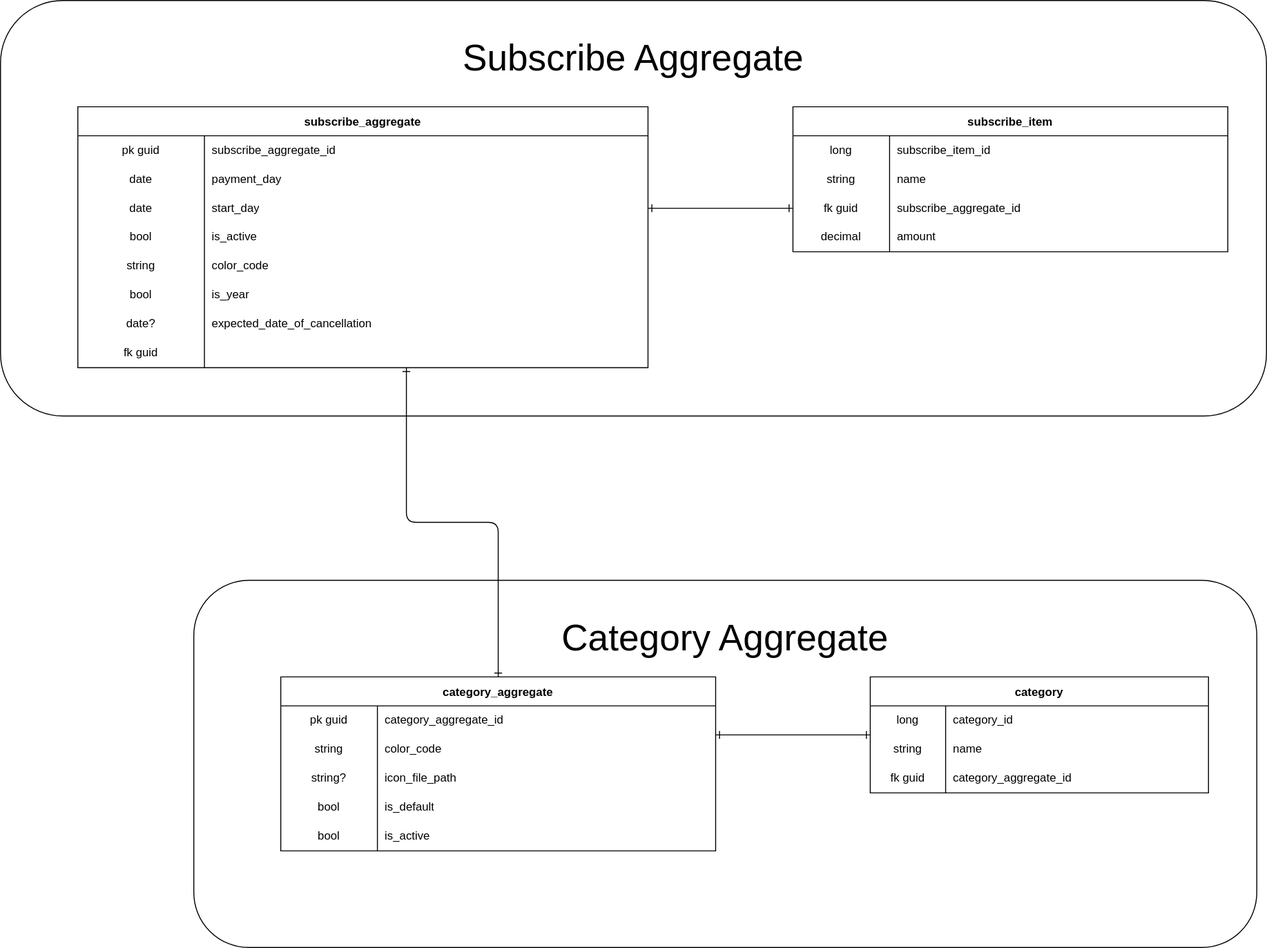
This is doc/ER.drawio.svg from Nahaq789/cs-subscribe-api, a draw.io export, as it was before one commit. Source tidied: cells renumbered, new cells last; positions are measured from the earlier drawing's top-left corner, leaving out a move shared by most shapes. The source it was exported from:
```xml
<mxGraphModel>
  <root>
    <mxCell id="0" />
    <mxCell id="1" parent="0" />
    <mxCell id="2" style="rounded=1;whiteSpace=wrap;html=1;fillColor=none;" parent="1" vertex="1">
      <mxGeometry width="1310" height="430" as="geometry" />
    </mxCell>
    <mxCell id="3" style="rounded=1;whiteSpace=wrap;html=1;fillColor=none;" parent="1" vertex="1">
      <mxGeometry x="200" y="600" width="1100" height="380" as="geometry" />
    </mxCell>
    <mxCell id="4" value="subscribe_aggregate" style="shape=table;startSize=30;rowLines=0;fontStyle=1;" parent="1" vertex="1">
      <mxGeometry x="80" y="110" width="590" height="270" as="geometry" />
    </mxCell>
    <mxCell id="5" style="shape=tableRow;horizontal=0;startSize=0;swimlaneHead=0;swimlaneBody=0;top=0;left=0;bottom=0;right=0;fillColor=none;" parent="4" vertex="1">
      <mxGeometry y="30" width="590" height="30" as="geometry" />
    </mxCell>
    <mxCell id="6" value="pk guid" style="shape=partialRectangle;html=1;whiteSpace=wrap;fillColor=none;top=0;left=0;bottom=0;right=0;overflow=hidden;" parent="5" vertex="1">
      <mxGeometry width="131" height="30" as="geometry" />
    </mxCell>
    <mxCell id="7" value="subscribe_aggregate_id" style="shape=partialRectangle;html=1;whiteSpace=wrap;fillColor=none;top=0;left=0;bottom=0;right=0;align=left;spacingLeft=6;overflow=hidden;" parent="5" vertex="1">
      <mxGeometry x="131" width="459" height="30" as="geometry" />
    </mxCell>
    <mxCell id="8" style="shape=tableRow;horizontal=0;startSize=0;swimlaneHead=0;swimlaneBody=0;top=0;left=0;bottom=0;right=0;fillColor=none;" parent="4" vertex="1">
      <mxGeometry y="60" width="590" height="30" as="geometry" />
    </mxCell>
    <mxCell id="9" value="date" style="shape=partialRectangle;html=1;whiteSpace=wrap;fillColor=none;top=0;left=0;bottom=0;right=0;overflow=hidden;" parent="8" vertex="1">
      <mxGeometry width="131" height="30" as="geometry" />
    </mxCell>
    <mxCell id="10" value="payment_day" style="shape=partialRectangle;html=1;whiteSpace=wrap;fillColor=none;top=0;left=0;bottom=0;right=0;align=left;spacingLeft=6;overflow=hidden;" parent="8" vertex="1">
      <mxGeometry x="131" width="459" height="30" as="geometry" />
    </mxCell>
    <mxCell id="11" style="shape=tableRow;horizontal=0;startSize=0;swimlaneHead=0;swimlaneBody=0;top=0;left=0;bottom=0;right=0;fillColor=none;points=[[0,0.5],[1,0.5]];portConstraint=eastwest;" parent="4" vertex="1">
      <mxGeometry y="90" width="590" height="30" as="geometry" />
    </mxCell>
    <mxCell id="12" value="date" style="shape=partialRectangle;html=1;whiteSpace=wrap;fillColor=none;top=0;left=0;bottom=0;right=0;overflow=hidden;" parent="11" vertex="1">
      <mxGeometry width="131" height="30" as="geometry" />
    </mxCell>
    <mxCell id="13" value="start_day" style="shape=partialRectangle;html=1;whiteSpace=wrap;fillColor=none;top=0;left=0;bottom=0;right=0;align=left;spacingLeft=6;overflow=hidden;" parent="11" vertex="1">
      <mxGeometry x="131" width="459" height="30" as="geometry" />
    </mxCell>
    <mxCell id="14" style="shape=tableRow;horizontal=0;startSize=0;swimlaneHead=0;swimlaneBody=0;top=0;left=0;bottom=0;right=0;fillColor=none;" parent="4" vertex="1">
      <mxGeometry y="120" width="590" height="30" as="geometry" />
    </mxCell>
    <mxCell id="15" value="bool" style="shape=partialRectangle;html=1;whiteSpace=wrap;fillColor=none;top=0;left=0;bottom=0;right=0;overflow=hidden;" parent="14" vertex="1">
      <mxGeometry width="131" height="30" as="geometry" />
    </mxCell>
    <mxCell id="16" value="is_active" style="shape=partialRectangle;html=1;whiteSpace=wrap;fillColor=none;top=0;left=0;bottom=0;right=0;align=left;spacingLeft=6;overflow=hidden;" parent="14" vertex="1">
      <mxGeometry x="131" width="459" height="30" as="geometry" />
    </mxCell>
    <mxCell id="17" style="shape=tableRow;horizontal=0;startSize=0;swimlaneHead=0;swimlaneBody=0;top=0;left=0;bottom=0;right=0;fillColor=none;" parent="4" vertex="1">
      <mxGeometry y="150" width="590" height="30" as="geometry" />
    </mxCell>
    <mxCell id="18" value="string" style="shape=partialRectangle;html=1;whiteSpace=wrap;fillColor=none;top=0;left=0;bottom=0;right=0;overflow=hidden;" parent="17" vertex="1">
      <mxGeometry width="131" height="30" as="geometry" />
    </mxCell>
    <mxCell id="19" value="color_code" style="shape=partialRectangle;html=1;whiteSpace=wrap;fillColor=none;top=0;left=0;bottom=0;right=0;align=left;spacingLeft=6;overflow=hidden;" parent="17" vertex="1">
      <mxGeometry x="131" width="459" height="30" as="geometry" />
    </mxCell>
    <mxCell id="20" style="shape=tableRow;horizontal=0;startSize=0;swimlaneHead=0;swimlaneBody=0;top=0;left=0;bottom=0;right=0;fillColor=none;" parent="4" vertex="1">
      <mxGeometry y="180" width="590" height="30" as="geometry" />
    </mxCell>
    <mxCell id="21" value="bool" style="shape=partialRectangle;html=1;whiteSpace=wrap;fillColor=none;top=0;left=0;bottom=0;right=0;overflow=hidden;" parent="20" vertex="1">
      <mxGeometry width="131" height="30" as="geometry" />
    </mxCell>
    <mxCell id="22" value="is_year" style="shape=partialRectangle;html=1;whiteSpace=wrap;fillColor=none;top=0;left=0;bottom=0;right=0;align=left;spacingLeft=6;overflow=hidden;" parent="20" vertex="1">
      <mxGeometry x="131" width="459" height="30" as="geometry" />
    </mxCell>
    <mxCell id="23" style="shape=tableRow;horizontal=0;startSize=0;swimlaneHead=0;swimlaneBody=0;top=0;left=0;bottom=0;right=0;fillColor=none;" parent="4" vertex="1">
      <mxGeometry y="210" width="590" height="30" as="geometry" />
    </mxCell>
    <mxCell id="24" value="date?" style="shape=partialRectangle;html=1;whiteSpace=wrap;fillColor=none;top=0;left=0;bottom=0;right=0;overflow=hidden;" parent="23" vertex="1">
      <mxGeometry width="131" height="30" as="geometry" />
    </mxCell>
    <mxCell id="25" value="expected_date_of_cancellation" style="shape=partialRectangle;html=1;whiteSpace=wrap;fillColor=none;top=0;left=0;bottom=0;right=0;align=left;spacingLeft=6;overflow=hidden;" parent="23" vertex="1">
      <mxGeometry x="131" width="459" height="30" as="geometry" />
    </mxCell>
    <mxCell id="26" style="shape=tableRow;horizontal=0;startSize=0;swimlaneHead=0;swimlaneBody=0;top=0;left=0;bottom=0;right=0;fillColor=none;" parent="4" vertex="1">
      <mxGeometry y="240" width="590" height="30" as="geometry" />
    </mxCell>
    <mxCell id="27" value="fk guid" style="shape=partialRectangle;html=1;whiteSpace=wrap;fillColor=none;top=0;left=0;bottom=0;right=0;overflow=hidden;" parent="26" vertex="1">
      <mxGeometry width="131" height="30" as="geometry" />
    </mxCell>
    <mxCell id="28" style="shape=partialRectangle;html=1;whiteSpace=wrap;fillColor=none;top=0;left=0;bottom=0;right=0;align=left;spacingLeft=6;overflow=hidden;" parent="26" vertex="1">
      <mxGeometry x="131" width="459" height="30" as="geometry" />
    </mxCell>
    <mxCell id="29" style="edgeStyle=none;html=1;entryX=1;entryY=0.5;entryDx=0;entryDy=0;endArrow=ERone;endFill=0;startArrow=ERone;startFill=0;exitX=0;exitY=0.5;exitDx=0;exitDy=0;" parent="1" edge="1" source="37" target="11">
      <mxGeometry relative="1" as="geometry" />
    </mxCell>
    <mxCell id="30" value="subscribe_item" style="shape=table;startSize=30;rowLines=0;fontStyle=1;" parent="1" vertex="1">
      <mxGeometry x="820" y="110" width="450" height="150" as="geometry" />
    </mxCell>
    <mxCell id="31" style="shape=tableRow;horizontal=0;startSize=0;swimlaneHead=0;swimlaneBody=0;top=0;left=0;bottom=0;right=0;fillColor=none;" parent="30" vertex="1">
      <mxGeometry y="30" width="450" height="30" as="geometry" />
    </mxCell>
    <mxCell id="32" value="long" style="shape=partialRectangle;html=1;whiteSpace=wrap;fillColor=none;top=0;left=0;bottom=0;right=0;overflow=hidden;" parent="31" vertex="1">
      <mxGeometry width="100" height="30" as="geometry" />
    </mxCell>
    <mxCell id="33" value="subscribe_item_id" style="shape=partialRectangle;html=1;whiteSpace=wrap;fillColor=none;top=0;left=0;bottom=0;right=0;align=left;spacingLeft=6;overflow=hidden;" parent="31" vertex="1">
      <mxGeometry x="100" width="350" height="30" as="geometry" />
    </mxCell>
    <mxCell id="34" style="shape=tableRow;horizontal=0;startSize=0;swimlaneHead=0;swimlaneBody=0;top=0;left=0;bottom=0;right=0;fillColor=none;" parent="30" vertex="1">
      <mxGeometry y="60" width="450" height="30" as="geometry" />
    </mxCell>
    <mxCell id="35" value="string" style="shape=partialRectangle;html=1;whiteSpace=wrap;fillColor=none;top=0;left=0;bottom=0;right=0;overflow=hidden;" parent="34" vertex="1">
      <mxGeometry width="100" height="30" as="geometry" />
    </mxCell>
    <mxCell id="36" value="name" style="shape=partialRectangle;html=1;whiteSpace=wrap;fillColor=none;top=0;left=0;bottom=0;right=0;align=left;spacingLeft=6;overflow=hidden;" parent="34" vertex="1">
      <mxGeometry x="100" width="350" height="30" as="geometry" />
    </mxCell>
    <mxCell id="37" style="shape=tableRow;horizontal=0;startSize=0;swimlaneHead=0;swimlaneBody=0;top=0;left=0;bottom=0;right=0;fillColor=none;points=[[0,0.5],[1,0.5]];portConstraint=eastwest;" parent="30" vertex="1">
      <mxGeometry y="90" width="450" height="30" as="geometry" />
    </mxCell>
    <mxCell id="38" value="fk guid" style="shape=partialRectangle;html=1;whiteSpace=wrap;fillColor=none;top=0;left=0;bottom=0;right=0;overflow=hidden;" parent="37" vertex="1">
      <mxGeometry width="100" height="30" as="geometry" />
    </mxCell>
    <mxCell id="39" value="subscribe_aggregate_id" style="shape=partialRectangle;html=1;whiteSpace=wrap;fillColor=none;top=0;left=0;bottom=0;right=0;align=left;spacingLeft=6;overflow=hidden;" parent="37" vertex="1">
      <mxGeometry x="100" width="350" height="30" as="geometry" />
    </mxCell>
    <mxCell id="40" style="shape=tableRow;horizontal=0;startSize=0;swimlaneHead=0;swimlaneBody=0;top=0;left=0;bottom=0;right=0;fillColor=none;" parent="30" vertex="1">
      <mxGeometry y="120" width="450" height="30" as="geometry" />
    </mxCell>
    <mxCell id="41" value="decimal" style="shape=partialRectangle;html=1;whiteSpace=wrap;fillColor=none;top=0;left=0;bottom=0;right=0;overflow=hidden;" parent="40" vertex="1">
      <mxGeometry width="100" height="30" as="geometry" />
    </mxCell>
    <mxCell id="42" value="amount" style="shape=partialRectangle;html=1;whiteSpace=wrap;fillColor=none;top=0;left=0;bottom=0;right=0;align=left;spacingLeft=6;overflow=hidden;" parent="40" vertex="1">
      <mxGeometry x="100" width="350" height="30" as="geometry" />
    </mxCell>
    <mxCell id="43" value="category" style="shape=table;startSize=30;rowLines=0;fontStyle=1;" parent="1" vertex="1">
      <mxGeometry x="900" y="700" width="350" height="120" as="geometry" />
    </mxCell>
    <mxCell id="44" style="shape=tableRow;horizontal=0;startSize=0;swimlaneHead=0;swimlaneBody=0;top=0;left=0;bottom=0;right=0;fillColor=none;" parent="43" vertex="1">
      <mxGeometry y="30" width="350" height="30" as="geometry" />
    </mxCell>
    <mxCell id="45" value="long" style="shape=partialRectangle;html=1;whiteSpace=wrap;fillColor=none;top=0;left=0;bottom=0;right=0;overflow=hidden;" parent="44" vertex="1">
      <mxGeometry width="78" height="30" as="geometry" />
    </mxCell>
    <mxCell id="46" value="category_id" style="shape=partialRectangle;html=1;whiteSpace=wrap;fillColor=none;top=0;left=0;bottom=0;right=0;align=left;spacingLeft=6;overflow=hidden;" parent="44" vertex="1">
      <mxGeometry x="78" width="272" height="30" as="geometry" />
    </mxCell>
    <mxCell id="47" style="shape=tableRow;horizontal=0;startSize=0;swimlaneHead=0;swimlaneBody=0;top=0;left=0;bottom=0;right=0;fillColor=none;" parent="43" vertex="1">
      <mxGeometry y="60" width="350" height="30" as="geometry" />
    </mxCell>
    <mxCell id="48" value="string" style="shape=partialRectangle;html=1;whiteSpace=wrap;fillColor=none;top=0;left=0;bottom=0;right=0;overflow=hidden;" parent="47" vertex="1">
      <mxGeometry width="78" height="30" as="geometry" />
    </mxCell>
    <mxCell id="49" value="name" style="shape=partialRectangle;html=1;whiteSpace=wrap;fillColor=none;top=0;left=0;bottom=0;right=0;align=left;spacingLeft=6;overflow=hidden;" parent="47" vertex="1">
      <mxGeometry x="78" width="272" height="30" as="geometry" />
    </mxCell>
    <mxCell id="50" style="shape=tableRow;horizontal=0;startSize=0;swimlaneHead=0;swimlaneBody=0;top=0;left=0;bottom=0;right=0;fillColor=none;" parent="43" vertex="1">
      <mxGeometry y="90" width="350" height="30" as="geometry" />
    </mxCell>
    <mxCell id="51" value="fk guid" style="shape=partialRectangle;html=1;whiteSpace=wrap;fillColor=none;top=0;left=0;bottom=0;right=0;overflow=hidden;" parent="50" vertex="1">
      <mxGeometry width="78" height="30" as="geometry" />
    </mxCell>
    <mxCell id="52" value="category_aggregate_id" style="shape=partialRectangle;html=1;whiteSpace=wrap;fillColor=none;top=0;left=0;bottom=0;right=0;align=left;spacingLeft=6;overflow=hidden;" parent="50" vertex="1">
      <mxGeometry x="78" width="272" height="30" as="geometry" />
    </mxCell>
    <mxCell id="53" style="edgeStyle=orthogonalEdgeStyle;html=1;exitX=0.5;exitY=0;exitDx=0;exitDy=0;startArrow=ERone;startFill=0;endArrow=ERone;endFill=0;" parent="1" edge="1" source="55">
      <mxGeometry relative="1" as="geometry">
        <mxPoint x="420" y="380" as="targetPoint" />
      </mxGeometry>
    </mxCell>
    <mxCell id="54" value="&lt;font style=&quot;font-size: 38px;&quot;&gt;Subscribe Aggregate&lt;/font&gt;" style="text;html=1;strokeColor=none;fillColor=none;align=center;verticalAlign=middle;whiteSpace=wrap;rounded=0;" parent="1" vertex="1">
      <mxGeometry x="440" y="20" width="430" height="80" as="geometry" />
    </mxCell>
    <mxCell id="55" value="category_aggregate" style="shape=table;startSize=30;rowLines=0;fontStyle=1;" parent="1" vertex="1">
      <mxGeometry x="290" y="700" width="450" height="180" as="geometry" />
    </mxCell>
    <mxCell id="56" style="shape=tableRow;horizontal=0;startSize=0;swimlaneHead=0;swimlaneBody=0;top=0;left=0;bottom=0;right=0;fillColor=none;" parent="55" vertex="1">
      <mxGeometry y="30" width="450" height="30" as="geometry" />
    </mxCell>
    <mxCell id="57" value="pk guid" style="shape=partialRectangle;html=1;whiteSpace=wrap;fillColor=none;top=0;left=0;bottom=0;right=0;overflow=hidden;" parent="56" vertex="1">
      <mxGeometry width="100" height="30" as="geometry" />
    </mxCell>
    <mxCell id="58" value="category_aggregate_id" style="shape=partialRectangle;html=1;whiteSpace=wrap;fillColor=none;top=0;left=0;bottom=0;right=0;align=left;spacingLeft=6;overflow=hidden;" parent="56" vertex="1">
      <mxGeometry x="100" width="350" height="30" as="geometry" />
    </mxCell>
    <mxCell id="59" style="shape=tableRow;horizontal=0;startSize=0;swimlaneHead=0;swimlaneBody=0;top=0;left=0;bottom=0;right=0;fillColor=none;" parent="55" vertex="1">
      <mxGeometry y="60" width="450" height="30" as="geometry" />
    </mxCell>
    <mxCell id="60" value="string" style="shape=partialRectangle;html=1;whiteSpace=wrap;fillColor=none;top=0;left=0;bottom=0;right=0;overflow=hidden;" parent="59" vertex="1">
      <mxGeometry width="100" height="30" as="geometry" />
    </mxCell>
    <mxCell id="61" value="color_code" style="shape=partialRectangle;html=1;whiteSpace=wrap;fillColor=none;top=0;left=0;bottom=0;right=0;align=left;spacingLeft=6;overflow=hidden;" parent="59" vertex="1">
      <mxGeometry x="100" width="350" height="30" as="geometry" />
    </mxCell>
    <mxCell id="62" style="shape=tableRow;horizontal=0;startSize=0;swimlaneHead=0;swimlaneBody=0;top=0;left=0;bottom=0;right=0;fillColor=none;" parent="55" vertex="1">
      <mxGeometry y="90" width="450" height="30" as="geometry" />
    </mxCell>
    <mxCell id="63" value="string?" style="shape=partialRectangle;html=1;whiteSpace=wrap;fillColor=none;top=0;left=0;bottom=0;right=0;overflow=hidden;" parent="62" vertex="1">
      <mxGeometry width="100" height="30" as="geometry" />
    </mxCell>
    <mxCell id="64" value="icon_file_path" style="shape=partialRectangle;html=1;whiteSpace=wrap;fillColor=none;top=0;left=0;bottom=0;right=0;align=left;spacingLeft=6;overflow=hidden;" parent="62" vertex="1">
      <mxGeometry x="100" width="350" height="30" as="geometry" />
    </mxCell>
    <mxCell id="65" style="shape=tableRow;horizontal=0;startSize=0;swimlaneHead=0;swimlaneBody=0;top=0;left=0;bottom=0;right=0;fillColor=none;" parent="55" vertex="1">
      <mxGeometry y="120" width="450" height="30" as="geometry" />
    </mxCell>
    <mxCell id="66" value="bool" style="shape=partialRectangle;html=1;whiteSpace=wrap;fillColor=none;top=0;left=0;bottom=0;right=0;overflow=hidden;" parent="65" vertex="1">
      <mxGeometry width="100" height="30" as="geometry" />
    </mxCell>
    <mxCell id="67" value="is_default" style="shape=partialRectangle;html=1;whiteSpace=wrap;fillColor=none;top=0;left=0;bottom=0;right=0;align=left;spacingLeft=6;overflow=hidden;" parent="65" vertex="1">
      <mxGeometry x="100" width="350" height="30" as="geometry" />
    </mxCell>
    <mxCell id="68" style="shape=tableRow;horizontal=0;startSize=0;swimlaneHead=0;swimlaneBody=0;top=0;left=0;bottom=0;right=0;fillColor=none;" parent="55" vertex="1">
      <mxGeometry y="150" width="450" height="30" as="geometry" />
    </mxCell>
    <mxCell id="69" value="bool" style="shape=partialRectangle;html=1;whiteSpace=wrap;fillColor=none;top=0;left=0;bottom=0;right=0;overflow=hidden;" parent="68" vertex="1">
      <mxGeometry width="100" height="30" as="geometry" />
    </mxCell>
    <mxCell id="70" value="is_active" style="shape=partialRectangle;html=1;whiteSpace=wrap;fillColor=none;top=0;left=0;bottom=0;right=0;align=left;spacingLeft=6;overflow=hidden;" parent="68" vertex="1">
      <mxGeometry x="100" width="350" height="30" as="geometry" />
    </mxCell>
    <mxCell id="71" value="&lt;font style=&quot;font-size: 38px;&quot;&gt;Category Aggregate&lt;/font&gt;" style="text;html=1;strokeColor=none;fillColor=none;align=center;verticalAlign=middle;whiteSpace=wrap;rounded=0;" parent="1" vertex="1">
      <mxGeometry x="535" y="620" width="430" height="80" as="geometry" />
    </mxCell>
    <mxCell id="72" style="html=1;fontSize=38;startArrow=ERone;startFill=0;endArrow=ERone;endFill=0;" parent="1" edge="1" source="43">
      <mxGeometry relative="1" as="geometry">
        <mxPoint x="740" y="760" as="targetPoint" />
      </mxGeometry>
    </mxCell>
  </root>
</mxGraphModel>
```
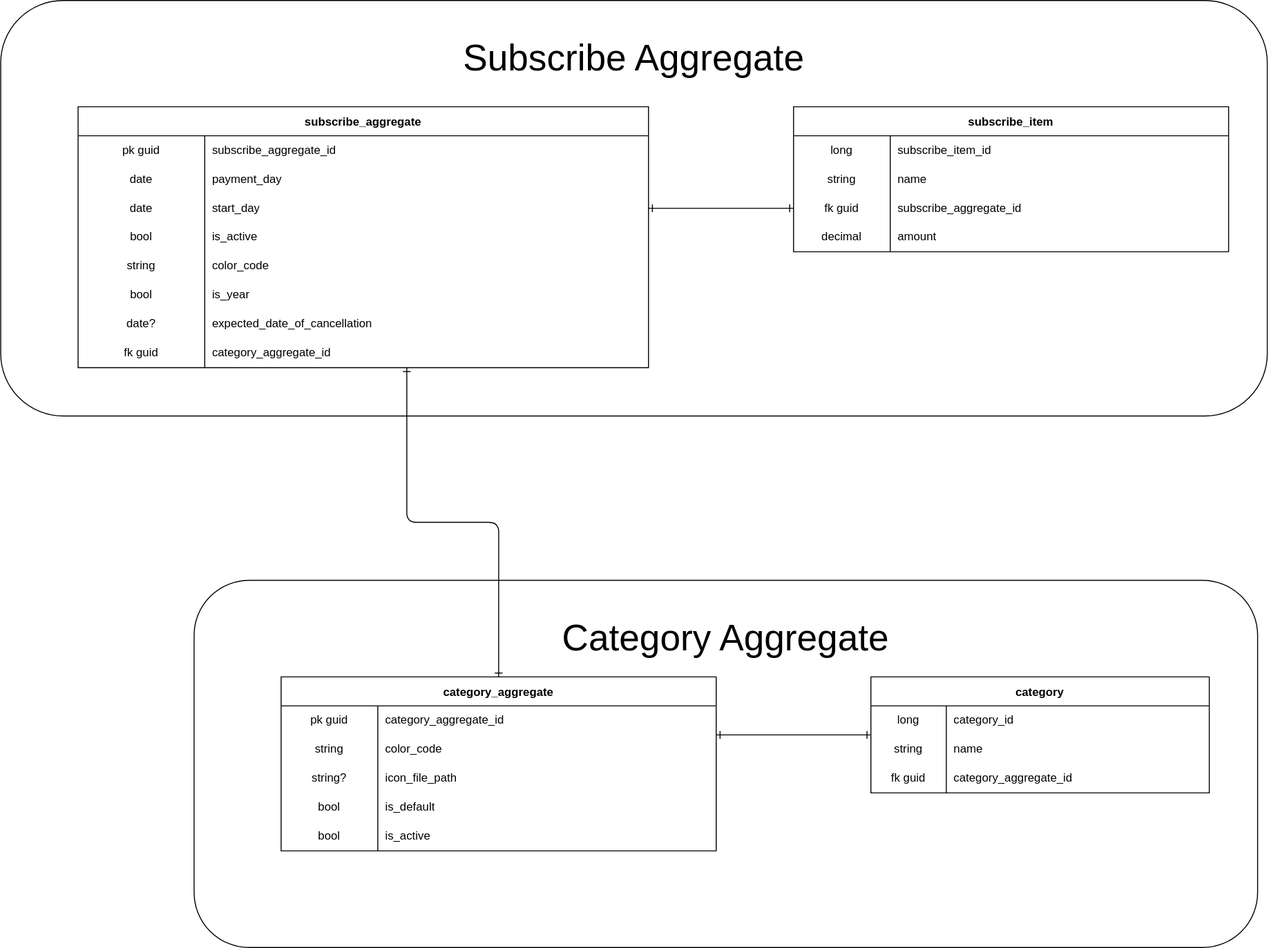
The same diagram one commit later.

Diff of the diagram source:
```diff
@@ -80,7 +80,7 @@
     <mxCell id="27" value="fk guid" style="shape=partialRectangle;html=1;whiteSpace=wrap;fillColor=none;top=0;left=0;bottom=0;right=0;overflow=hidden;" parent="26" vertex="1">
       <mxGeometry width="131" height="30" as="geometry" />
     </mxCell>
-    <mxCell id="28" style="shape=partialRectangle;html=1;whiteSpace=wrap;fillColor=none;top=0;left=0;bottom=0;right=0;align=left;spacingLeft=6;overflow=hidden;" parent="26" vertex="1">
+    <mxCell id="28" value="category_aggregate_id" style="shape=partialRectangle;html=1;whiteSpace=wrap;fillColor=none;top=0;left=0;bottom=0;right=0;align=left;spacingLeft=6;overflow=hidden;" parent="26" vertex="1">
       <mxGeometry x="131" width="459" height="30" as="geometry" />
     </mxCell>
     <mxCell id="29" style="edgeStyle=none;html=1;entryX=1;entryY=0.5;entryDx=0;entryDy=0;endArrow=ERone;endFill=0;startArrow=ERone;startFill=0;exitX=0;exitY=0.5;exitDx=0;exitDy=0;" parent="1" edge="1" source="37" target="11">
```
